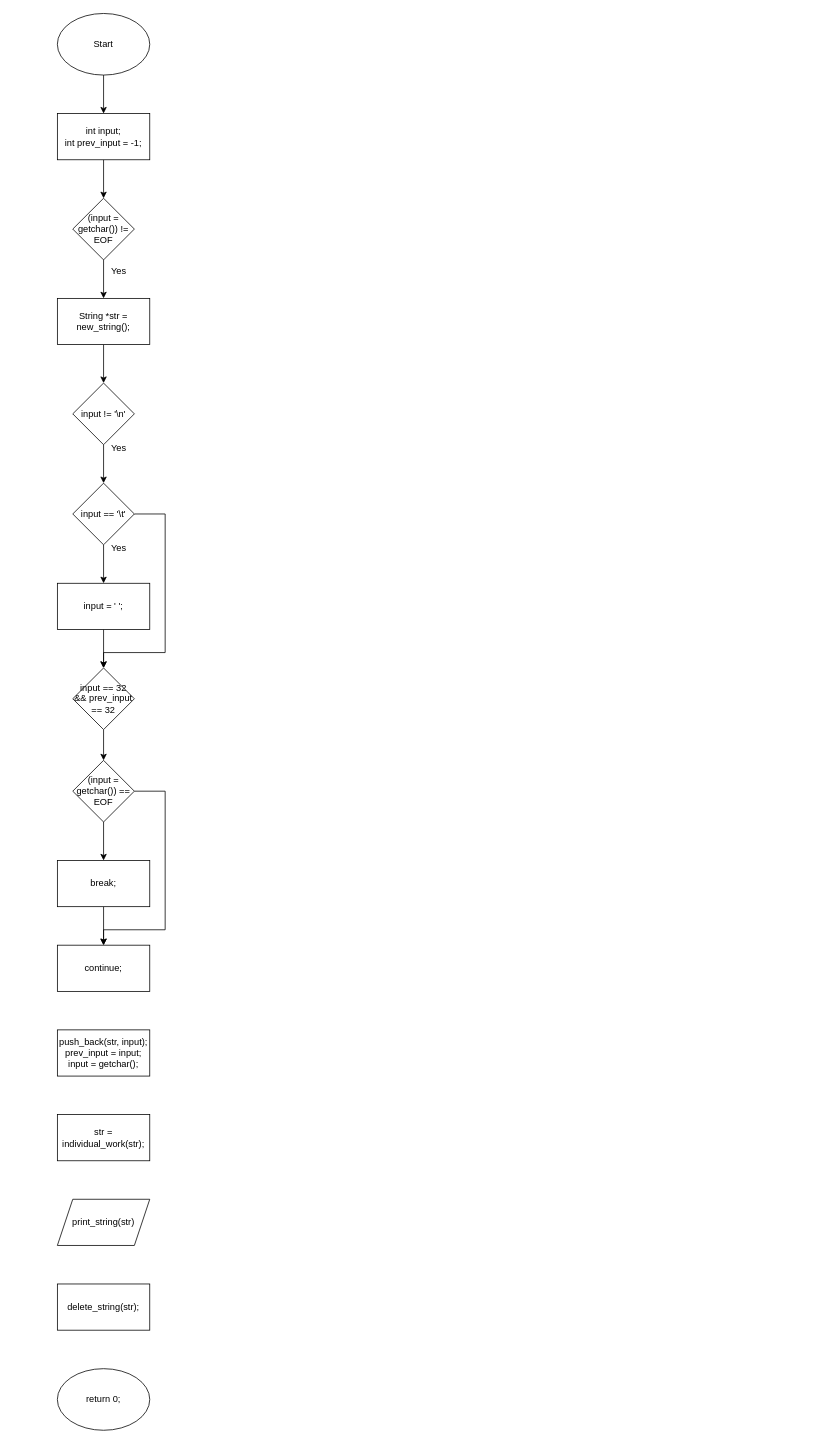
Above: labs/lab6/lab6.drawio in Glebins/mephi_labs (draw.io), before the change. Source tidied: cells renumbered, new cells numbered last; positions are measured from the earlier drawing's top-left corner, leaving out a move shared by most shapes. Both pictures are drawn from the tidied source at 77%, with x=0, y=0 at pixel (57, 13).
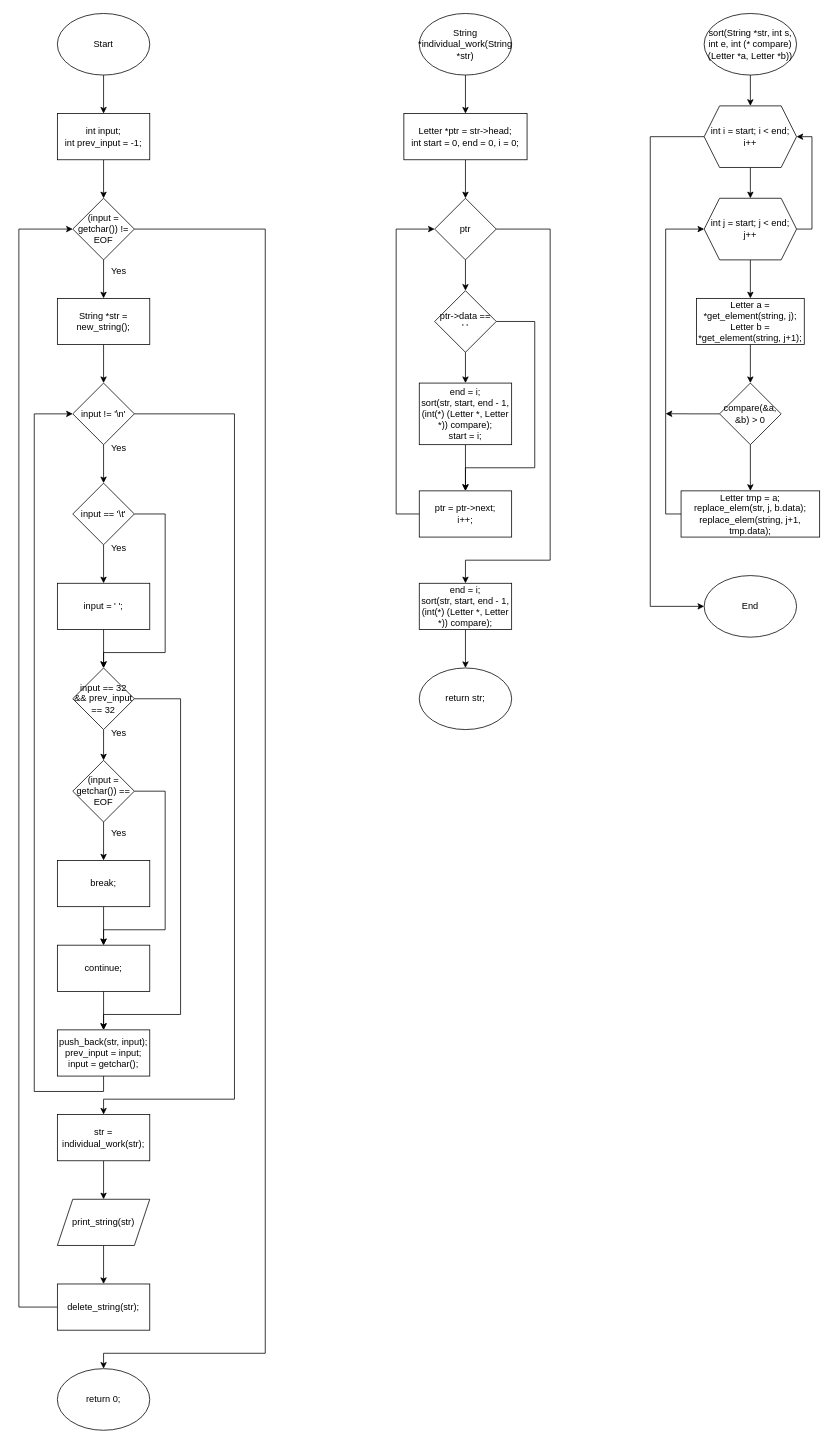
Above is the later version.

Unchanged cells that the change refers to:
```xml
<mxCell id="7" value="(input = getchar()) != EOF" style="rhombus;whiteSpace=wrap;html=1;" parent="1" vertex="1">
  <mxGeometry x="20" y="240" width="80" height="80" as="geometry" />
</mxCell>
<mxCell id="11" value="input != '\n'" style="rhombus;whiteSpace=wrap;html=1;" parent="1" vertex="1">
  <mxGeometry x="20" y="480" width="80" height="80" as="geometry" />
</mxCell>
<mxCell id="18" value="input == 32 &amp;amp;&amp;amp; prev_input == 32" style="rhombus;whiteSpace=wrap;html=1;" parent="1" vertex="1">
  <mxGeometry x="20" y="850" width="80" height="80" as="geometry" />
</mxCell>
<mxCell id="24" value="continue;" style="rounded=0;whiteSpace=wrap;html=1;" parent="1" vertex="1">
  <mxGeometry y="1210" width="120" height="60" as="geometry" />
</mxCell>
<mxCell id="25" value="push_back(str, input);&lt;br&gt;prev_input = input;&lt;br&gt;input = getchar();" style="rounded=0;whiteSpace=wrap;html=1;" parent="1" vertex="1">
  <mxGeometry y="1320" width="120" height="60" as="geometry" />
</mxCell>
<mxCell id="26" value="str = individual_work(str);" style="rounded=0;whiteSpace=wrap;html=1;" parent="1" vertex="1">
  <mxGeometry y="1430" width="120" height="60" as="geometry" />
</mxCell>
<mxCell id="27" value="print_string(str)" style="shape=parallelogram;perimeter=parallelogramPerimeter;whiteSpace=wrap;html=1;fixedSize=1;" parent="1" vertex="1">
  <mxGeometry y="1540" width="120" height="60" as="geometry" />
</mxCell>
<mxCell id="28" value="delete_string(str);" style="rounded=0;whiteSpace=wrap;html=1;" parent="1" vertex="1">
  <mxGeometry y="1650" width="120" height="60" as="geometry" />
</mxCell>
<mxCell id="29" value="return 0;" style="ellipse;whiteSpace=wrap;html=1;" parent="1" vertex="1">
  <mxGeometry y="1760" width="120" height="80" as="geometry" />
</mxCell>
```

The edit, as a diff of the source:
```diff
@@
+    <mxCell id="33" style="edgeStyle=orthogonalEdgeStyle;rounded=0;jettySize=auto;html=1;exitX=1;exitY=0.5;exitDx=0;exitDy=0;entryX=0.5;entryY=0;entryDx=0;entryDy=0;" parent="1" edge="1" source="7" target="29">
+      <mxGeometry relative="1" as="geometry">
+        <Array as="points">
+          <mxPoint x="270" y="280" />
+          <mxPoint x="270" y="1740" />
+          <mxPoint x="60" y="1740" />
+        </Array>
+      </mxGeometry>
+    </mxCell>
@@
+    <mxCell id="34" style="edgeStyle=orthogonalEdgeStyle;rounded=0;jettySize=auto;html=1;exitX=1;exitY=0.5;exitDx=0;exitDy=0;entryX=0.5;entryY=0;entryDx=0;entryDy=0;" parent="1" edge="1" source="11" target="26">
+      <mxGeometry relative="1" as="geometry">
+        <Array as="points">
+          <mxPoint x="230" y="520" />
+          <mxPoint x="230" y="1410" />
+          <mxPoint x="60" y="1410" />
+        </Array>
+      </mxGeometry>
+    </mxCell>
@@
+    <mxCell id="35" style="edgeStyle=orthogonalEdgeStyle;rounded=0;jettySize=auto;html=1;exitX=1;exitY=0.5;exitDx=0;exitDy=0;entryX=0.5;entryY=0;entryDx=0;entryDy=0;" parent="1" edge="1" source="18" target="25">
+      <mxGeometry relative="1" as="geometry">
+        <Array as="points">
+          <mxPoint x="160" y="890" />
+          <mxPoint x="160" y="1300" />
+          <mxPoint x="60" y="1300" />
+        </Array>
+      </mxGeometry>
+    </mxCell>
@@
+    <mxCell id="36" style="edgeStyle=orthogonalEdgeStyle;rounded=0;jettySize=auto;html=1;" parent="1" edge="1" source="24" target="25">
+      <mxGeometry relative="1" as="geometry" />
+    </mxCell>
@@
+    <mxCell id="37" style="edgeStyle=orthogonalEdgeStyle;rounded=0;jettySize=auto;html=1;exitX=0.5;exitY=1;exitDx=0;exitDy=0;entryX=0;entryY=0.5;entryDx=0;entryDy=0;" parent="1" edge="1" source="25" target="11">
+      <mxGeometry relative="1" as="geometry">
+        <Array as="points">
+          <mxPoint x="60" y="1400" />
+          <mxPoint x="-30" y="1400" />
+          <mxPoint x="-30" y="520" />
+        </Array>
+      </mxGeometry>
+    </mxCell>
@@
+    <mxCell id="38" style="edgeStyle=orthogonalEdgeStyle;rounded=0;jettySize=auto;html=1;" parent="1" edge="1" source="26" target="27">
+      <mxGeometry relative="1" as="geometry" />
+    </mxCell>
@@
+    <mxCell id="39" style="edgeStyle=orthogonalEdgeStyle;rounded=0;jettySize=auto;html=1;" parent="1" edge="1" source="27" target="28">
+      <mxGeometry relative="1" as="geometry" />
+    </mxCell>
@@
+    <mxCell id="40" style="edgeStyle=orthogonalEdgeStyle;rounded=0;jettySize=auto;html=1;exitX=0;exitY=0.5;exitDx=0;exitDy=0;entryX=0;entryY=0.5;entryDx=0;entryDy=0;" parent="1" edge="1" source="28" target="7">
+      <mxGeometry relative="1" as="geometry">
+        <Array as="points">
+          <mxPoint x="-50" y="1680" />
+          <mxPoint x="-50" y="280" />
+        </Array>
+      </mxGeometry>
+    </mxCell>
@@
+    <mxCell id="41" value="Yes" style="text;html=1;strokeColor=none;fillColor=none;align=center;verticalAlign=middle;whiteSpace=wrap;rounded=0;" parent="1" vertex="1">
+      <mxGeometry x="50" y="920" width="60" height="30" as="geometry" />
+    </mxCell>
+    <mxCell id="42" value="Yes" style="text;html=1;strokeColor=none;fillColor=none;align=center;verticalAlign=middle;whiteSpace=wrap;rounded=0;" parent="1" vertex="1">
+      <mxGeometry x="50" y="1050" width="60" height="30" as="geometry" />
+    </mxCell>
+    <mxCell id="43" style="edgeStyle=orthogonalEdgeStyle;rounded=0;jettySize=auto;html=1;" parent="1" edge="1" source="44" target="46">
+      <mxGeometry relative="1" as="geometry" />
+    </mxCell>
+    <mxCell id="44" value="String *individual_work(String *str)" style="ellipse;whiteSpace=wrap;html=1;" parent="1" vertex="1">
+      <mxGeometry x="470" width="120" height="80" as="geometry" />
+    </mxCell>
+    <mxCell id="45" style="edgeStyle=orthogonalEdgeStyle;rounded=0;jettySize=auto;html=1;" parent="1" edge="1" source="46" target="49">
+      <mxGeometry relative="1" as="geometry" />
+    </mxCell>
+    <mxCell id="46" value="Letter *ptr = str-&amp;gt;head;&lt;br&gt;int start = 0, end = 0, i = 0;" style="rounded=0;whiteSpace=wrap;html=1;" parent="1" vertex="1">
+      <mxGeometry x="450" y="130" width="160" height="60" as="geometry" />
+    </mxCell>
+    <mxCell id="47" style="edgeStyle=orthogonalEdgeStyle;rounded=0;jettySize=auto;html=1;" parent="1" edge="1" source="49" target="52">
+      <mxGeometry relative="1" as="geometry" />
+    </mxCell>
+    <mxCell id="48" style="edgeStyle=orthogonalEdgeStyle;rounded=0;jettySize=auto;html=1;exitX=1;exitY=0.5;exitDx=0;exitDy=0;entryX=0.5;entryY=0;entryDx=0;entryDy=0;" parent="1" edge="1" source="49" target="58">
+      <mxGeometry relative="1" as="geometry">
+        <Array as="points">
+          <mxPoint x="640" y="280" />
+          <mxPoint x="640" y="710" />
+          <mxPoint x="530" y="710" />
+        </Array>
+      </mxGeometry>
+    </mxCell>
+    <mxCell id="49" value="ptr" style="rhombus;whiteSpace=wrap;html=1;" parent="1" vertex="1">
+      <mxGeometry x="490" y="240" width="80" height="80" as="geometry" />
+    </mxCell>
+    <mxCell id="50" style="edgeStyle=orthogonalEdgeStyle;rounded=0;jettySize=auto;html=1;" parent="1" edge="1" source="52" target="54">
+      <mxGeometry relative="1" as="geometry" />
+    </mxCell>
+    <mxCell id="51" style="edgeStyle=orthogonalEdgeStyle;rounded=0;jettySize=auto;html=1;exitX=1;exitY=0.5;exitDx=0;exitDy=0;entryX=0.5;entryY=0;entryDx=0;entryDy=0;" parent="1" edge="1" source="52" target="56">
+      <mxGeometry relative="1" as="geometry">
+        <Array as="points">
+          <mxPoint x="620" y="400" />
+          <mxPoint x="620" y="590" />
+          <mxPoint x="530" y="590" />
+        </Array>
+      </mxGeometry>
+    </mxCell>
+    <mxCell id="52" value="ptr-&amp;gt;data ==&lt;br&gt;' '" style="rhombus;whiteSpace=wrap;html=1;" parent="1" vertex="1">
+      <mxGeometry x="490" y="360" width="80" height="80" as="geometry" />
+    </mxCell>
+    <mxCell id="53" style="edgeStyle=orthogonalEdgeStyle;rounded=0;jettySize=auto;html=1;" parent="1" edge="1" source="54" target="56">
+      <mxGeometry relative="1" as="geometry" />
+    </mxCell>
+    <mxCell id="54" value="end = i;&lt;br&gt;sort(str, start, end - 1, (int(*) (Letter *, Letter *)) compare);&lt;br&gt;start = i;" style="rounded=0;whiteSpace=wrap;html=1;" parent="1" vertex="1">
+      <mxGeometry x="470" y="480" width="120" height="80" as="geometry" />
+    </mxCell>
+    <mxCell id="55" style="edgeStyle=orthogonalEdgeStyle;rounded=0;jettySize=auto;html=1;exitX=0;exitY=0.5;exitDx=0;exitDy=0;entryX=0;entryY=0.5;entryDx=0;entryDy=0;" parent="1" edge="1" source="56" target="49">
+      <mxGeometry relative="1" as="geometry">
+        <Array as="points">
+          <mxPoint x="440" y="650" />
+          <mxPoint x="440" y="280" />
+        </Array>
+      </mxGeometry>
+    </mxCell>
+    <mxCell id="56" value="ptr = ptr-&amp;gt;next;&lt;br&gt;i++;" style="rounded=0;whiteSpace=wrap;html=1;" parent="1" vertex="1">
+      <mxGeometry x="470" y="620" width="120" height="60" as="geometry" />
+    </mxCell>
+    <mxCell id="57" style="edgeStyle=orthogonalEdgeStyle;rounded=0;jettySize=auto;html=1;" parent="1" edge="1" source="58" target="59">
+      <mxGeometry relative="1" as="geometry" />
+    </mxCell>
+    <mxCell id="58" value="end = i;&lt;br&gt;sort(str, start, end - 1, (int(*) (Letter *, Letter *)) compare);" style="rounded=0;whiteSpace=wrap;html=1;" parent="1" vertex="1">
+      <mxGeometry x="470" y="740" width="120" height="60" as="geometry" />
+    </mxCell>
+    <mxCell id="59" value="return str;" style="ellipse;whiteSpace=wrap;html=1;" parent="1" vertex="1">
+      <mxGeometry x="470" y="850" width="120" height="80" as="geometry" />
+    </mxCell>
+    <mxCell id="60" style="edgeStyle=orthogonalEdgeStyle;rounded=0;jettySize=auto;html=1;" parent="1" edge="1" source="61" target="64">
+      <mxGeometry relative="1" as="geometry" />
+    </mxCell>
+    <mxCell id="61" value="sort(String *str, int s, int e, int (* compare) (Letter *a, Letter *b))" style="ellipse;whiteSpace=wrap;html=1;" parent="1" vertex="1">
+      <mxGeometry x="840" width="120" height="80" as="geometry" />
+    </mxCell>
+    <mxCell id="62" style="edgeStyle=orthogonalEdgeStyle;rounded=0;jettySize=auto;html=1;" parent="1" edge="1" source="64" target="67">
+      <mxGeometry relative="1" as="geometry" />
+    </mxCell>
+    <mxCell id="63" style="edgeStyle=orthogonalEdgeStyle;rounded=0;jettySize=auto;html=1;exitX=0;exitY=0.5;exitDx=0;exitDy=0;entryX=0;entryY=0.5;entryDx=0;entryDy=0;" parent="1" edge="1" source="64" target="75">
+      <mxGeometry relative="1" as="geometry">
+        <Array as="points">
+          <mxPoint x="770" y="160" />
+          <mxPoint x="770" y="770" />
+        </Array>
+      </mxGeometry>
+    </mxCell>
+    <mxCell id="64" value="int i = start; i &amp;lt; end; i++" style="shape=hexagon;perimeter=hexagonPerimeter2;whiteSpace=wrap;html=1;fixedSize=1;" parent="1" vertex="1">
+      <mxGeometry x="840" y="120" width="120" height="80" as="geometry" />
+    </mxCell>
+    <mxCell id="65" style="edgeStyle=orthogonalEdgeStyle;rounded=0;jettySize=auto;html=1;" parent="1" edge="1" source="67" target="69">
+      <mxGeometry relative="1" as="geometry" />
+    </mxCell>
+    <mxCell id="66" style="edgeStyle=orthogonalEdgeStyle;rounded=0;jettySize=auto;html=1;exitX=1;exitY=0.5;exitDx=0;exitDy=0;entryX=1;entryY=0.5;entryDx=0;entryDy=0;" parent="1" edge="1" source="67" target="64">
+      <mxGeometry relative="1" as="geometry" />
+    </mxCell>
+    <mxCell id="67" value="int j = start; j &amp;lt; end; j++" style="shape=hexagon;perimeter=hexagonPerimeter2;whiteSpace=wrap;html=1;fixedSize=1;" parent="1" vertex="1">
+      <mxGeometry x="840" y="240" width="120" height="80" as="geometry" />
+    </mxCell>
+    <mxCell id="68" style="edgeStyle=orthogonalEdgeStyle;rounded=0;jettySize=auto;html=1;" parent="1" edge="1" source="69" target="72">
+      <mxGeometry relative="1" as="geometry" />
+    </mxCell>
+    <mxCell id="69" value="Letter a = *get_element(string, j);&lt;br&gt;Letter b = *get_element(string, j+1);" style="rounded=0;whiteSpace=wrap;html=1;" parent="1" vertex="1">
+      <mxGeometry x="830" y="370" width="140" height="60" as="geometry" />
+    </mxCell>
+    <mxCell id="70" style="edgeStyle=orthogonalEdgeStyle;rounded=0;jettySize=auto;html=1;" parent="1" edge="1" source="72" target="74">
+      <mxGeometry relative="1" as="geometry" />
+    </mxCell>
+    <mxCell id="71" style="edgeStyle=orthogonalEdgeStyle;rounded=0;jettySize=auto;html=1;exitX=0;exitY=0.5;exitDx=0;exitDy=0;" parent="1" edge="1" source="72">
+      <mxGeometry relative="1" as="geometry">
+        <mxPoint x="790" y="519.8" as="targetPoint" />
+      </mxGeometry>
+    </mxCell>
+    <mxCell id="72" value="compare(&amp;amp;a, &amp;amp;b) &amp;gt; 0" style="rhombus;whiteSpace=wrap;html=1;" parent="1" vertex="1">
+      <mxGeometry x="860" y="480" width="80" height="80" as="geometry" />
+    </mxCell>
+    <mxCell id="73" style="edgeStyle=orthogonalEdgeStyle;rounded=0;jettySize=auto;html=1;exitX=0;exitY=0.5;exitDx=0;exitDy=0;entryX=0;entryY=0.5;entryDx=0;entryDy=0;" parent="1" edge="1" source="74" target="67">
+      <mxGeometry relative="1" as="geometry" />
+    </mxCell>
+    <mxCell id="74" value="Letter tmp = a;&lt;br&gt;replace_elem(str, j, b.data);&lt;br&gt;replace_elem(string, j+1, tmp.data);" style="rounded=0;whiteSpace=wrap;html=1;" parent="1" vertex="1">
+      <mxGeometry x="810" y="620" width="180" height="60" as="geometry" />
+    </mxCell>
+    <mxCell id="75" value="End" style="ellipse;whiteSpace=wrap;html=1;" parent="1" vertex="1">
+      <mxGeometry x="840" y="730" width="120" height="80" as="geometry" />
+    </mxCell>
```
